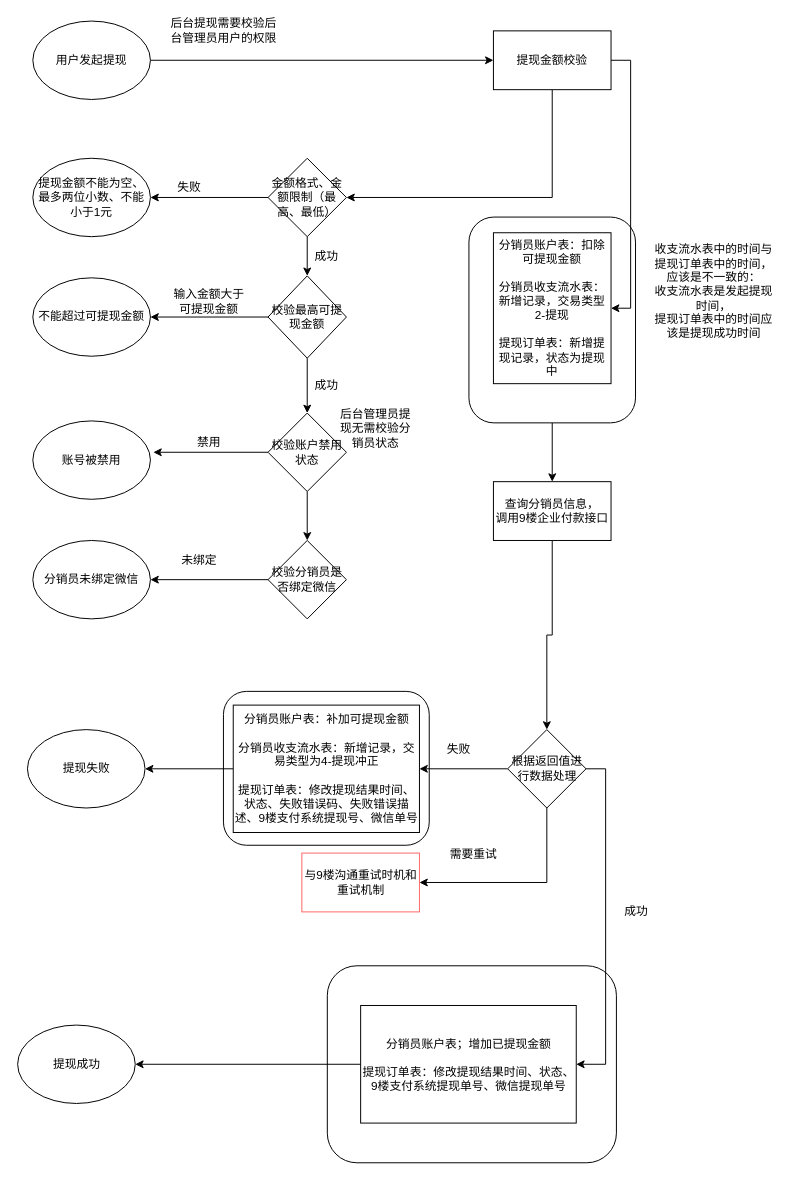
Earlier version of the draw.io diagram 杨妈二期分销员模块-提现流程图.drawio (dingchengyungit/drawio). Source tidied: cells renumbered, new cells numbered last; positions are measured from the earlier drawing's top-left corner, leaving out a move shared by most shapes. Both pictures are drawn from the tidied source at 98%, with x=0, y=0 at pixel (17, 21).
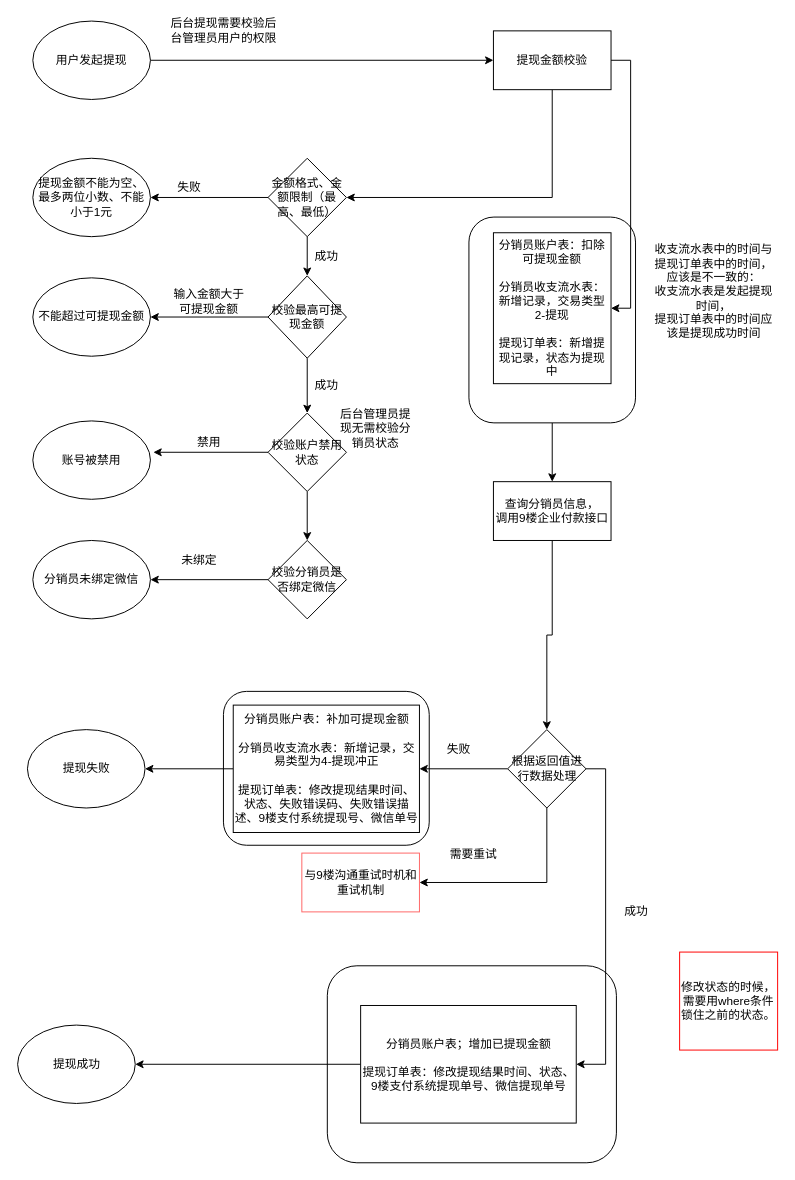
The same page after the edit.

Commit message:
更新杨妈二期分销员模块-提现流程图.drawio

Diff of the diagram source:
```diff
@@
+    <mxCell id="52" value="修改状态的时候，需要用where条件锁住之前的状态。" style="text;html=1;strokeColor=#FF0000;fillColor=none;align=center;verticalAlign=middle;whiteSpace=wrap;rounded=0;" parent="1" vertex="1">
+      <mxGeometry x="676" y="950" width="100" height="100" as="geometry" />
+    </mxCell>
```
